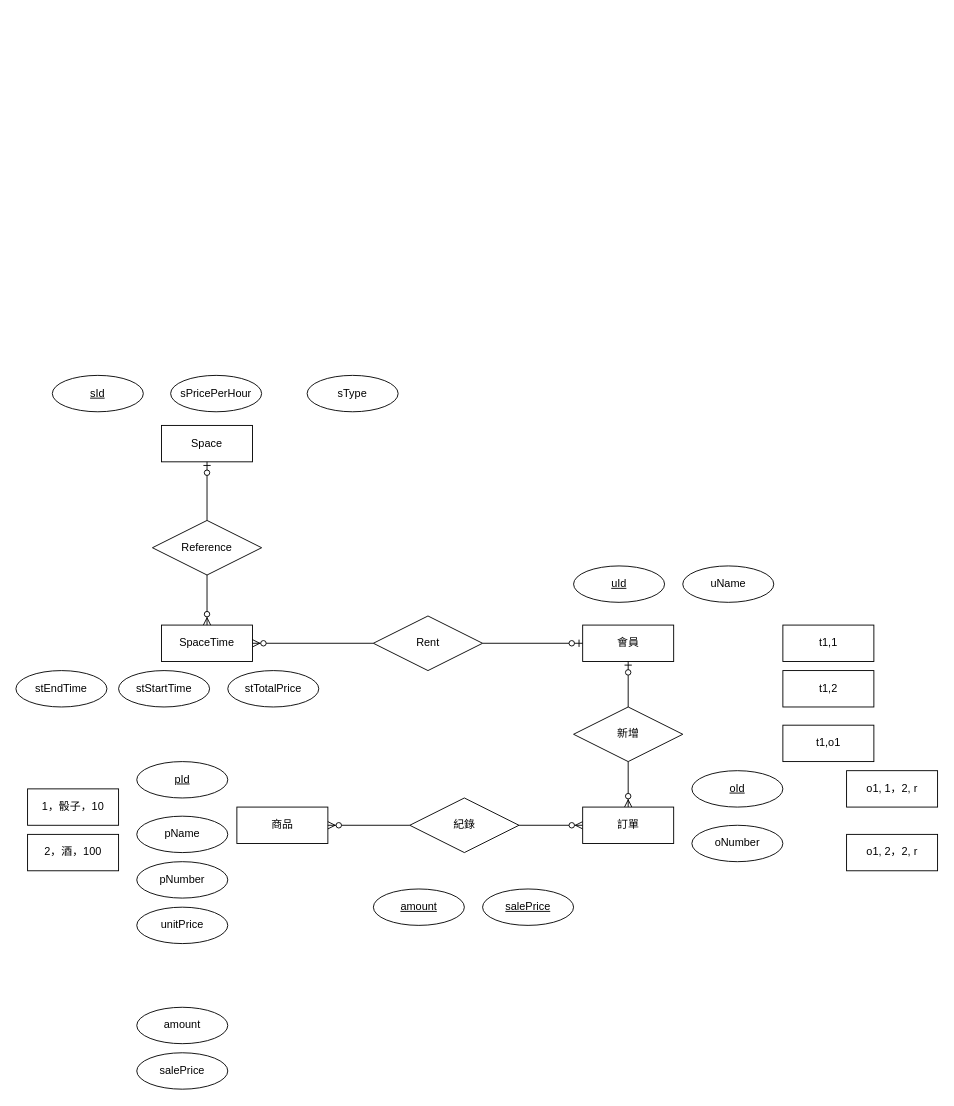
Sam199971/Sql_Project keeps this draw.io diagram as page "Page-1" (1 of 2) of ERD.drawio. Above is the earlier version. Source tidied: cells renumbered, new cells numbered last; positions are measured from the earlier drawing's top-left corner, leaving out a move shared by most shapes. Both pictures are drawn from the tidied source at 91%, with x=0, y=0 at pixel (15, 375).
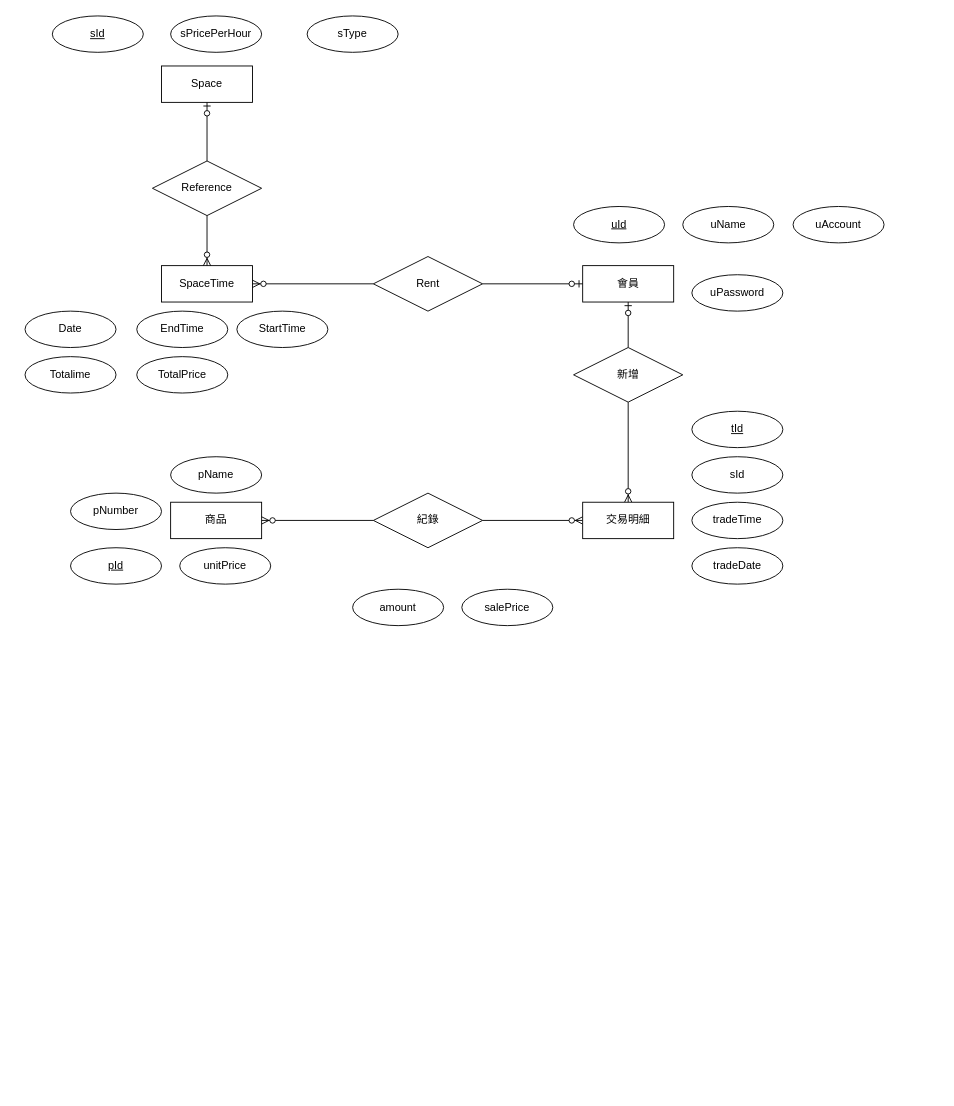
The same diagram, later.

What changed in the source:
```diff
@@
-    <mxCell id="2" value="t1,o1" style="whiteSpace=wrap;html=1;align=center;" parent="1" vertex="1">
-      <mxGeometry x="842.8" y="384.4" width="100" height="40" as="geometry" />
-    </mxCell>
-    <mxCell id="3" value="t1,1" style="whiteSpace=wrap;html=1;align=center;" parent="1" vertex="1">
-      <mxGeometry x="842.8" y="274.4" width="100" height="40" as="geometry" />
-    </mxCell>
-    <mxCell id="4" value="t1,2" style="whiteSpace=wrap;html=1;align=center;" parent="1" vertex="1">
-      <mxGeometry x="842.8" y="324.4" width="100" height="40" as="geometry" />
-    </mxCell>
     <mxCell id="5" value="商品" style="whiteSpace=wrap;html=1;align=center;" parent="1" vertex="1">
-      <mxGeometry x="242.8" y="474.4" width="100" height="40" as="geometry" />
+      <mxGeometry x="170" y="139.4" width="100" height="40" as="geometry" />
     </mxCell>
     <mxCell id="6" value="會員" style="whiteSpace=wrap;html=1;align=center;" parent="1" vertex="1">
-      <mxGeometry x="622.8" y="274.4" width="100" height="40" as="geometry" />
+      <mxGeometry x="622.8" y="-120.6" width="100" height="40" as="geometry" />
     </mxCell>
-    <mxCell id="7" value="o1, 1，2, r" style="whiteSpace=wrap;html=1;align=center;" parent="1" vertex="1">
-      <mxGeometry x="912.8" y="434.4" width="100" height="40" as="geometry" />
-    </mxCell>
-    <mxCell id="8" value="1，骰子，10" style="whiteSpace=wrap;html=1;align=center;" parent="1" vertex="1">
-      <mxGeometry x="12.8" y="454.4" width="100" height="40" as="geometry" />
-    </mxCell>
@@
-    <mxCell id="11" value="2，酒，100" style="whiteSpace=wrap;html=1;align=center;" parent="1" vertex="1">
-      <mxGeometry x="12.8" y="504.4" width="100" height="40" as="geometry" />
-    </mxCell>
-    <mxCell id="12" value="o1, 2，2, r" style="whiteSpace=wrap;html=1;align=center;" parent="1" vertex="1">
-      <mxGeometry x="912.8" y="504.4" width="100" height="40" as="geometry" />
-    </mxCell>
@@
     <mxCell id="15" value="紀錄" style="shape=rhombus;perimeter=rhombusPerimeter;whiteSpace=wrap;html=1;align=center;" parent="1" vertex="1">
-      <mxGeometry x="432.8" y="464.4" width="120" height="60" as="geometry" />
+      <mxGeometry x="392.8" y="129.4" width="120" height="60" as="geometry" />
     </mxCell>
     <mxCell id="16" value="pId" style="ellipse;whiteSpace=wrap;html=1;align=center;fontStyle=4;" parent="1" vertex="1">
-      <mxGeometry x="132.8" y="424.4" width="100" height="40" as="geometry" />
+      <mxGeometry x="60" y="189.4" width="100" height="40" as="geometry" />
     </mxCell>
     <mxCell id="17" value="pName" style="ellipse;whiteSpace=wrap;html=1;align=center;" parent="1" vertex="1">
-      <mxGeometry x="132.8" y="484.4" width="100" height="40" as="geometry" />
+      <mxGeometry x="170" y="89.4" width="100" height="40" as="geometry" />
     </mxCell>
     <mxCell id="18" value="pNumber" style="ellipse;whiteSpace=wrap;html=1;align=center;" parent="1" vertex="1">
-      <mxGeometry x="132.8" y="534.4" width="100" height="40" as="geometry" />
+      <mxGeometry x="60" y="129.4" width="100" height="40" as="geometry" />
     </mxCell>
-    <mxCell id="19" value="訂單" style="whiteSpace=wrap;html=1;align=center;" parent="1" vertex="1">
-      <mxGeometry x="622.8" y="474.4" width="100" height="40" as="geometry" />
+    <mxCell id="19" value="交易明細" style="whiteSpace=wrap;html=1;align=center;" parent="1" vertex="1">
+      <mxGeometry x="622.8" y="139.4" width="100" height="40" as="geometry" />
     </mxCell>
     <mxCell id="20" value="新增" style="shape=rhombus;perimeter=rhombusPerimeter;whiteSpace=wrap;html=1;align=center;" parent="1" vertex="1">
-      <mxGeometry x="612.8" y="364.4" width="120" height="60" as="geometry" />
+      <mxGeometry x="612.8" y="-30.6" width="120" height="60" as="geometry" />
     </mxCell>
-    <mxCell id="21" value="oId" style="ellipse;whiteSpace=wrap;html=1;align=center;fontStyle=4;" parent="1" vertex="1">
-      <mxGeometry x="742.8" y="434.4" width="100" height="40" as="geometry" />
+    <mxCell id="21" value="tId" style="ellipse;whiteSpace=wrap;html=1;align=center;fontStyle=4;" parent="1" vertex="1">
+      <mxGeometry x="742.8" y="39.4" width="100" height="40" as="geometry" />
     </mxCell>
-    <mxCell id="22" value="oNumber" style="ellipse;whiteSpace=wrap;html=1;align=center;" parent="1" vertex="1">
-      <mxGeometry x="742.8" y="494.4" width="100" height="40" as="geometry" />
+    <mxCell id="22" value="sId" style="ellipse;whiteSpace=wrap;html=1;align=center;" parent="1" vertex="1">
+      <mxGeometry x="742.8" y="89.4" width="100" height="40" as="geometry" />
     </mxCell>
     <mxCell id="23" value="uId" style="ellipse;whiteSpace=wrap;html=1;align=center;fontStyle=4;" parent="1" vertex="1">
-      <mxGeometry x="612.8" y="209.4" width="100" height="40" as="geometry" />
+      <mxGeometry x="612.8" y="-185.6" width="100" height="40" as="geometry" />
     </mxCell>
     <mxCell id="24" value="uName" style="ellipse;whiteSpace=wrap;html=1;align=center;" parent="1" vertex="1">
-      <mxGeometry x="732.8" y="209.4" width="100" height="40" as="geometry" />
+      <mxGeometry x="732.8" y="-185.6" width="100" height="40" as="geometry" />
     </mxCell>
     <mxCell id="25" value="unitPrice" style="ellipse;whiteSpace=wrap;html=1;align=center;" parent="1" vertex="1">
-      <mxGeometry x="132.8" y="584.4" width="100" height="40" as="geometry" />
+      <mxGeometry x="180" y="189.4" width="100" height="40" as="geometry" />
     </mxCell>
     <mxCell id="26" value="salePrice" style="ellipse;whiteSpace=wrap;html=1;align=center;" parent="1" vertex="1">
-      <mxGeometry x="132.8" y="744.4" width="100" height="40" as="geometry" />
+      <mxGeometry x="490" y="235" width="100" height="40" as="geometry" />
     </mxCell>
     <mxCell id="27" value="amount" style="ellipse;whiteSpace=wrap;html=1;align=center;" parent="1" vertex="1">
-      <mxGeometry x="132.8" y="694.4" width="100" height="40" as="geometry" />
+      <mxGeometry x="370" y="235" width="100" height="40" as="geometry" />
     </mxCell>
     <mxCell id="28" value="SpaceTime" style="whiteSpace=wrap;html=1;align=center;" parent="1" vertex="1">
-      <mxGeometry x="160" y="274.4" width="100" height="40" as="geometry" />
+      <mxGeometry x="160" y="-120.6" width="100" height="40" as="geometry" />
     </mxCell>
@@
     <mxCell id="31" value="Rent" style="shape=rhombus;perimeter=rhombusPerimeter;whiteSpace=wrap;html=1;align=center;" parent="1" vertex="1">
-      <mxGeometry x="392.8" y="264.4" width="120" height="60" as="geometry" />
+      <mxGeometry x="392.8" y="-130.6" width="120" height="60" as="geometry" />
     </mxCell>
-    <mxCell id="32" value="amount" style="ellipse;whiteSpace=wrap;html=1;align=center;fontStyle=4;" parent="1" vertex="1">
-      <mxGeometry x="392.8" y="564.4" width="100" height="40" as="geometry" />
-    </mxCell>
-    <mxCell id="33" value="salePrice" style="ellipse;whiteSpace=wrap;html=1;align=center;fontStyle=4;" parent="1" vertex="1">
-      <mxGeometry x="512.8" y="564.4" width="100" height="40" as="geometry" />
-    </mxCell>
     <mxCell id="34" value="sId" style="ellipse;whiteSpace=wrap;html=1;align=center;fontStyle=4;" parent="1" vertex="1">
-      <mxGeometry x="40" width="100" height="40" as="geometry" />
+      <mxGeometry x="40" y="-395" width="100" height="40" as="geometry" />
     </mxCell>
-    <mxCell id="35" value="stEndTime" style="ellipse;whiteSpace=wrap;html=1;align=center;" parent="1" vertex="1">
-      <mxGeometry y="324.4" width="100" height="40" as="geometry" />
+    <mxCell id="35" value="EndTime" style="ellipse;whiteSpace=wrap;html=1;align=center;" parent="1" vertex="1">
+      <mxGeometry x="132.8" y="-70.6" width="100" height="40" as="geometry" />
     </mxCell>
-    <mxCell id="36" value="stStartTime" style="ellipse;whiteSpace=wrap;html=1;align=center;" parent="1" vertex="1">
-      <mxGeometry x="112.8" y="324.4" width="100" height="40" as="geometry" />
+    <mxCell id="36" value="StartTime" style="ellipse;whiteSpace=wrap;html=1;align=center;" parent="1" vertex="1">
+      <mxGeometry x="242.8" y="-70.6" width="100" height="40" as="geometry" />
     </mxCell>
-    <mxCell id="37" value="stTotalPrice" style="ellipse;whiteSpace=wrap;html=1;align=center;" parent="1" vertex="1">
-      <mxGeometry x="232.8" y="324.4" width="100" height="40" as="geometry" />
+    <mxCell id="37" value="TotalPrice" style="ellipse;whiteSpace=wrap;html=1;align=center;" parent="1" vertex="1">
+      <mxGeometry x="132.8" y="-20.6" width="100" height="40" as="geometry" />
     </mxCell>
     <mxCell id="38" value="Space" style="whiteSpace=wrap;html=1;align=center;" parent="1" vertex="1">
-      <mxGeometry x="160" y="55" width="100" height="40" as="geometry" />
+      <mxGeometry x="160" y="-340" width="100" height="40" as="geometry" />
     </mxCell>
@@
     <mxCell id="41" value="Reference" style="shape=rhombus;perimeter=rhombusPerimeter;whiteSpace=wrap;html=1;align=center;" parent="1" vertex="1">
-      <mxGeometry x="150" y="159.4" width="120" height="60" as="geometry" />
+      <mxGeometry x="150" y="-235.6" width="120" height="60" as="geometry" />
     </mxCell>
     <mxCell id="42" value="sPricePerHour" style="ellipse;whiteSpace=wrap;html=1;align=center;" parent="1" vertex="1">
-      <mxGeometry x="170" width="100" height="40" as="geometry" />
+      <mxGeometry x="170" y="-395" width="100" height="40" as="geometry" />
     </mxCell>
     <mxCell id="43" value="sType" style="ellipse;whiteSpace=wrap;html=1;align=center;" parent="1" vertex="1">
-      <mxGeometry x="320" width="100" height="40" as="geometry" />
+      <mxGeometry x="320" y="-395" width="100" height="40" as="geometry" />
     </mxCell>
@@
+    <mxCell id="45" value="tradeTime" style="ellipse;whiteSpace=wrap;html=1;align=center;" parent="1" vertex="1">
+      <mxGeometry x="742.8" y="139.4" width="100" height="40" as="geometry" />
+    </mxCell>
+    <mxCell id="46" value="tradeDate" style="ellipse;whiteSpace=wrap;html=1;align=center;" parent="1" vertex="1">
+      <mxGeometry x="742.8" y="189.4" width="100" height="40" as="geometry" />
+    </mxCell>
+    <mxCell id="47" value="Totalime" style="ellipse;whiteSpace=wrap;html=1;align=center;" parent="1" vertex="1">
+      <mxGeometry x="10" y="-20.6" width="100" height="40" as="geometry" />
+    </mxCell>
+    <mxCell id="48" value="Date" style="ellipse;whiteSpace=wrap;html=1;align=center;" parent="1" vertex="1">
+      <mxGeometry x="10" y="-70.6" width="100" height="40" as="geometry" />
+    </mxCell>
+    <mxCell id="49" style="edgeStyle=orthogonalEdgeStyle;rounded=0;orthogonalLoop=1;jettySize=auto;html=1;exitX=0.5;exitY=1;exitDx=0;exitDy=0;" parent="1" edge="1" source="17" target="17">
+      <mxGeometry relative="1" as="geometry" />
+    </mxCell>
+    <mxCell id="50" value="uAccount" style="ellipse;whiteSpace=wrap;html=1;align=center;" parent="1" vertex="1">
+      <mxGeometry x="854" y="-185.6" width="100" height="40" as="geometry" />
+    </mxCell>
+    <mxCell id="51" value="uPassword" style="ellipse;whiteSpace=wrap;html=1;align=center;" parent="1" vertex="1">
+      <mxGeometry x="742.8" y="-110.6" width="100" height="40" as="geometry" />
+    </mxCell>
```
